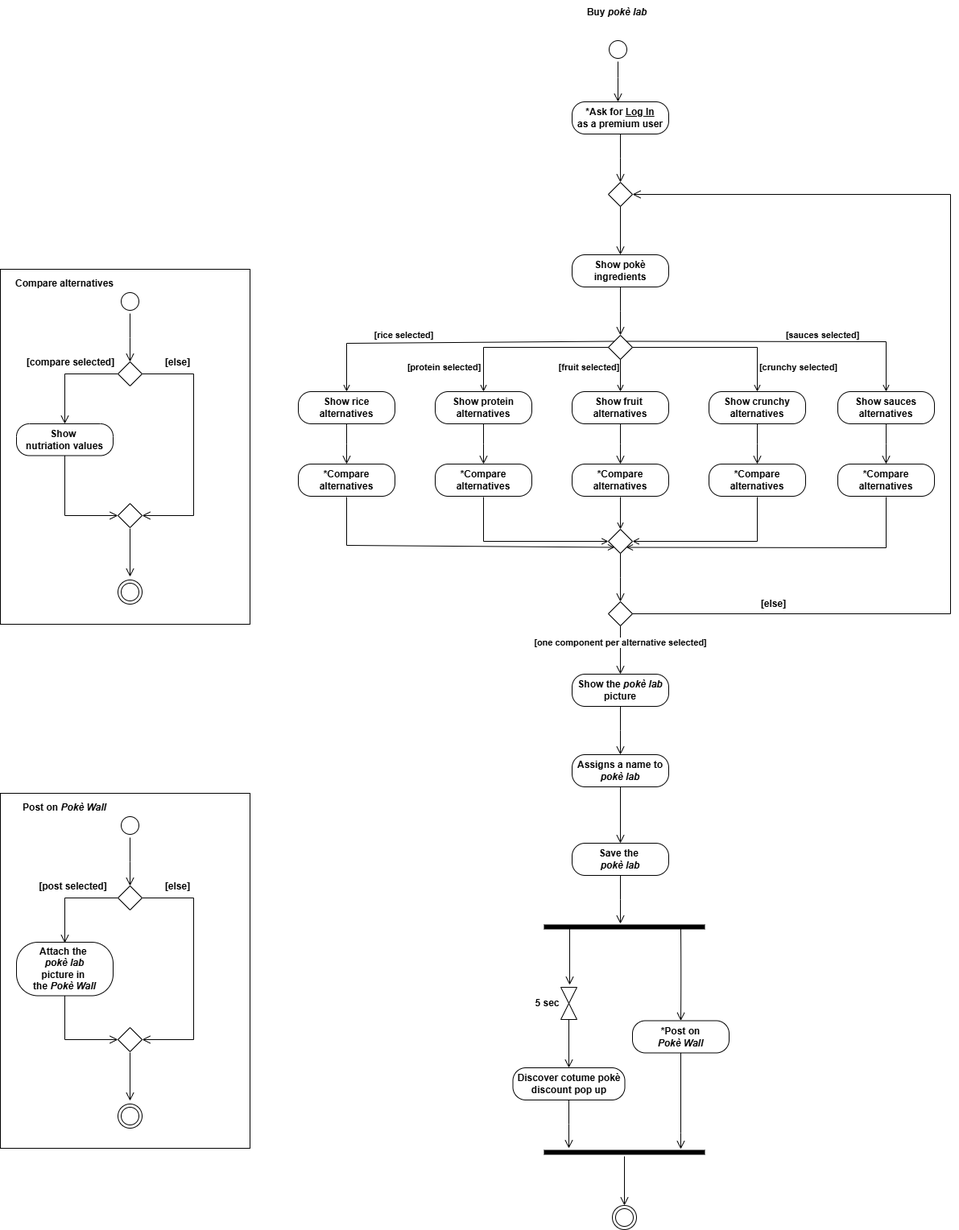
The draw.io diagram diagrams/ActivityDiagram.drawio.png in matteopinfildi/ISPW-Project, before a commit. Source tidied: cells renumbered, new cells last; positions are measured from the earlier drawing's top-left corner, leaving out a move shared by most shapes.
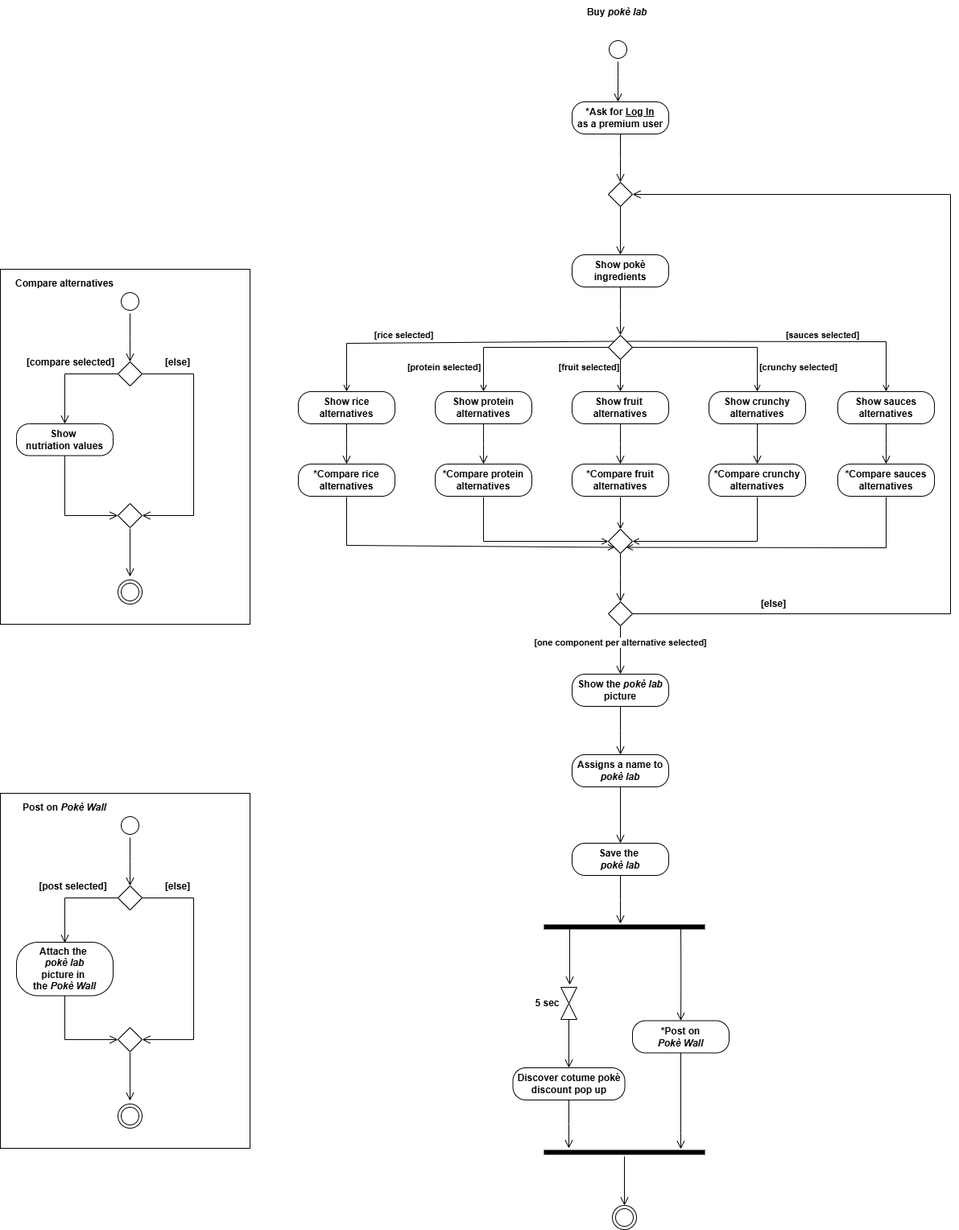
After the commit.

The edit, as a diff of the source:
```diff
@@ -339,19 +339,19 @@
         <mxPoint x="1100" y="576" as="targetPoint" />
       </mxGeometry>
     </mxCell>
-    <mxCell id="73" value="&lt;b&gt;*Compare&lt;/b&gt;&lt;div&gt;&lt;b&gt;alternatives&lt;/b&gt;&lt;/div&gt;" style="rounded=1;whiteSpace=wrap;html=1;arcSize=40;" parent="1" vertex="1">
+    <mxCell id="73" value="&lt;b&gt;*Compare rice&lt;/b&gt;&lt;div&gt;&lt;b&gt;alternatives&lt;/b&gt;&lt;/div&gt;" style="rounded=1;whiteSpace=wrap;html=1;arcSize=40;" parent="1" vertex="1">
       <mxGeometry x="370" y="576" width="120" height="40" as="geometry" />
     </mxCell>
-    <mxCell id="74" value="&lt;b&gt;*Compare&lt;/b&gt;&lt;br&gt;&lt;div&gt;&lt;b&gt;alternatives&lt;/b&gt;&lt;/div&gt;" style="rounded=1;whiteSpace=wrap;html=1;arcSize=40;" parent="1" vertex="1">
+    <mxCell id="74" value="&lt;b&gt;*Compare protein&lt;/b&gt;&lt;br&gt;&lt;div&gt;&lt;b&gt;alternatives&lt;/b&gt;&lt;/div&gt;" style="rounded=1;whiteSpace=wrap;html=1;arcSize=40;" parent="1" vertex="1">
       <mxGeometry x="540" y="576" width="120" height="40" as="geometry" />
     </mxCell>
-    <mxCell id="75" value="&lt;div&gt;&lt;b&gt;*Compare&lt;/b&gt;&lt;/div&gt;&lt;div&gt;&lt;b&gt;alternatives&lt;/b&gt;&lt;/div&gt;" style="rounded=1;whiteSpace=wrap;html=1;arcSize=40;" parent="1" vertex="1">
+    <mxCell id="75" value="&lt;div&gt;&lt;b&gt;*Compare fruit&lt;/b&gt;&lt;/div&gt;&lt;div&gt;&lt;b&gt;alternatives&lt;/b&gt;&lt;/div&gt;" style="rounded=1;whiteSpace=wrap;html=1;arcSize=40;" parent="1" vertex="1">
       <mxGeometry x="710" y="576" width="120" height="40" as="geometry" />
     </mxCell>
-    <mxCell id="76" value="&lt;b&gt;*Compare&lt;/b&gt;&lt;br&gt;&lt;div&gt;&lt;b&gt;alternatives&lt;/b&gt;&lt;/div&gt;" style="rounded=1;whiteSpace=wrap;html=1;arcSize=40;" parent="1" vertex="1">
+    <mxCell id="76" value="&lt;b&gt;*Compare crunchy&lt;/b&gt;&lt;br&gt;&lt;div&gt;&lt;b&gt;alternatives&lt;/b&gt;&lt;/div&gt;" style="rounded=1;whiteSpace=wrap;html=1;arcSize=40;" parent="1" vertex="1">
       <mxGeometry x="880" y="576" width="120" height="40" as="geometry" />
     </mxCell>
-    <mxCell id="77" value="&lt;div&gt;&lt;b&gt;*Compare&lt;/b&gt;&lt;/div&gt;&lt;div&gt;&lt;b&gt;alternatives&lt;/b&gt;&lt;/div&gt;" style="rounded=1;whiteSpace=wrap;html=1;arcSize=40;" parent="1" vertex="1">
+    <mxCell id="77" value="&lt;div&gt;&lt;b&gt;*Compare sauces&lt;/b&gt;&lt;/div&gt;&lt;div&gt;&lt;b&gt;alternatives&lt;/b&gt;&lt;/div&gt;" style="rounded=1;whiteSpace=wrap;html=1;arcSize=40;" parent="1" vertex="1">
       <mxGeometry x="1040" y="576" width="120" height="40" as="geometry" />
     </mxCell>
     <mxCell id="78" style="rounded=0;whiteSpace=wrap;html=1;fillColor=none;labelBackgroundColor=none;" parent="1" vertex="1">
```
